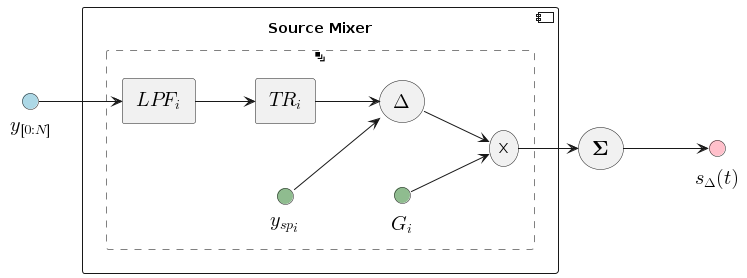
Earlier version of the PlantUML export afm_spm_components/images/source_mixer.png (nsulmol/documentation).
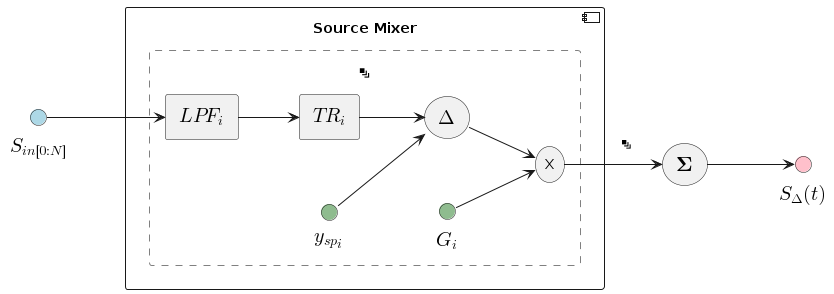
Later version of the same file.

The edit, as a diff of the source:
```diff
@@ -3,10 +3,10 @@
  left to right direction
 
  !startsub component
- interface "<latex>y_{[0:N]}</latex>" <<input>> as y_ts
+ interface "<latex>S_{in[0:N]}</latex>" <<input>> as y_ts
 
  component "Source Mixer" as source_mixer {
-   rectangle "<&layers>" as single_source_block #line:grey;line.dashed {
+   rectangle "\n<&layers>" as single_source_block #line:grey;line.dashed {
      rectangle "<latex>LPF_i</latex>" as lpf
      rectangle "<latex>TR_i</latex>" as tr
      storage "<latex>\Delta</latex>" as delta
@@ -25,9 +25,9 @@
  y_ts --> lpf
 
  storage "<latex>\textbf{\Sigma}</latex>" as sum
- interface "<latex>s_{\Delta}(t)</latex>" <<output>> as s_del
+ interface "<latex>S_{\Delta}(t)</latex>" <<output>> as s_del
 
- gain --> sum
+ gain --> sum: "<&layers>\n"
  sum --> s_del
 !endsub
 
```
